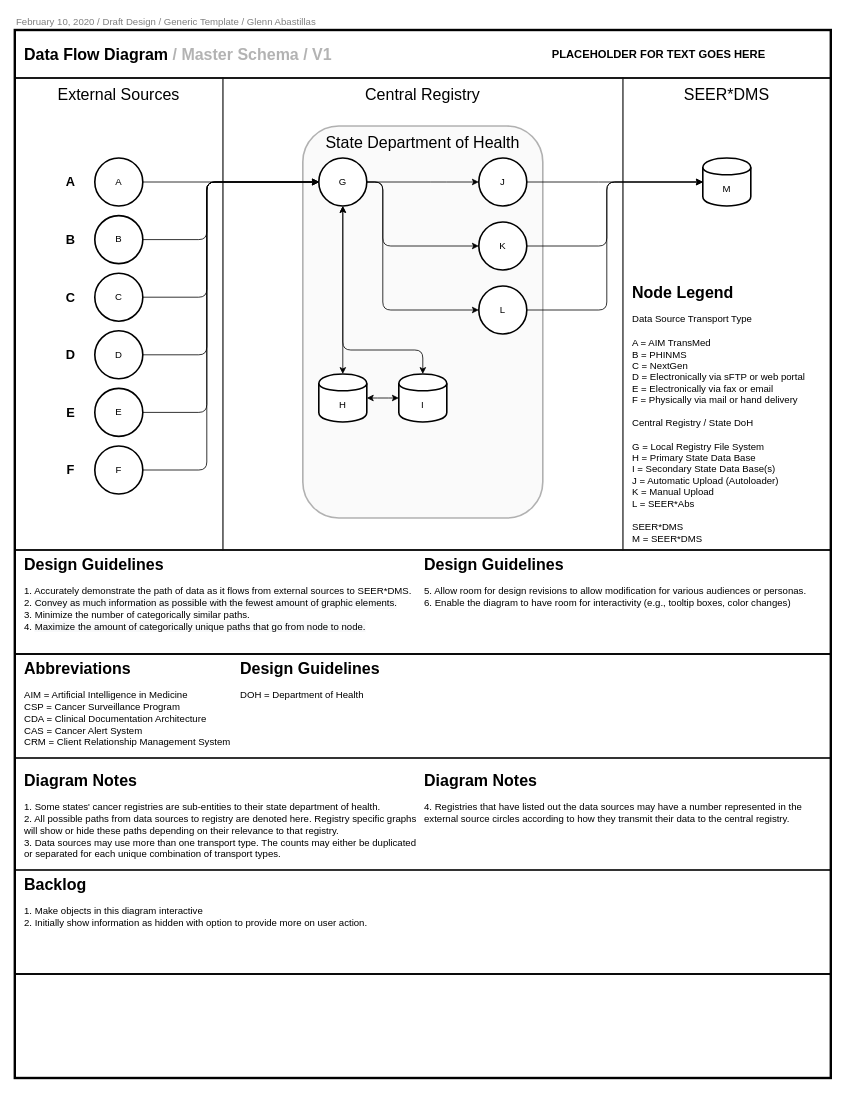
Earlier version of the draw.io diagram page "master_schema" (1 of 7) of ws5/svg/master_schema.drawio (gabastil/nci-seer). Source tidied: cells renumbered, new cells numbered last; positions are measured from the earlier drawing's top-left corner, leaving out a move shared by most shapes. Both pictures are drawn from the tidied source at 80%, with x=0, y=0 at pixel (14, 14).
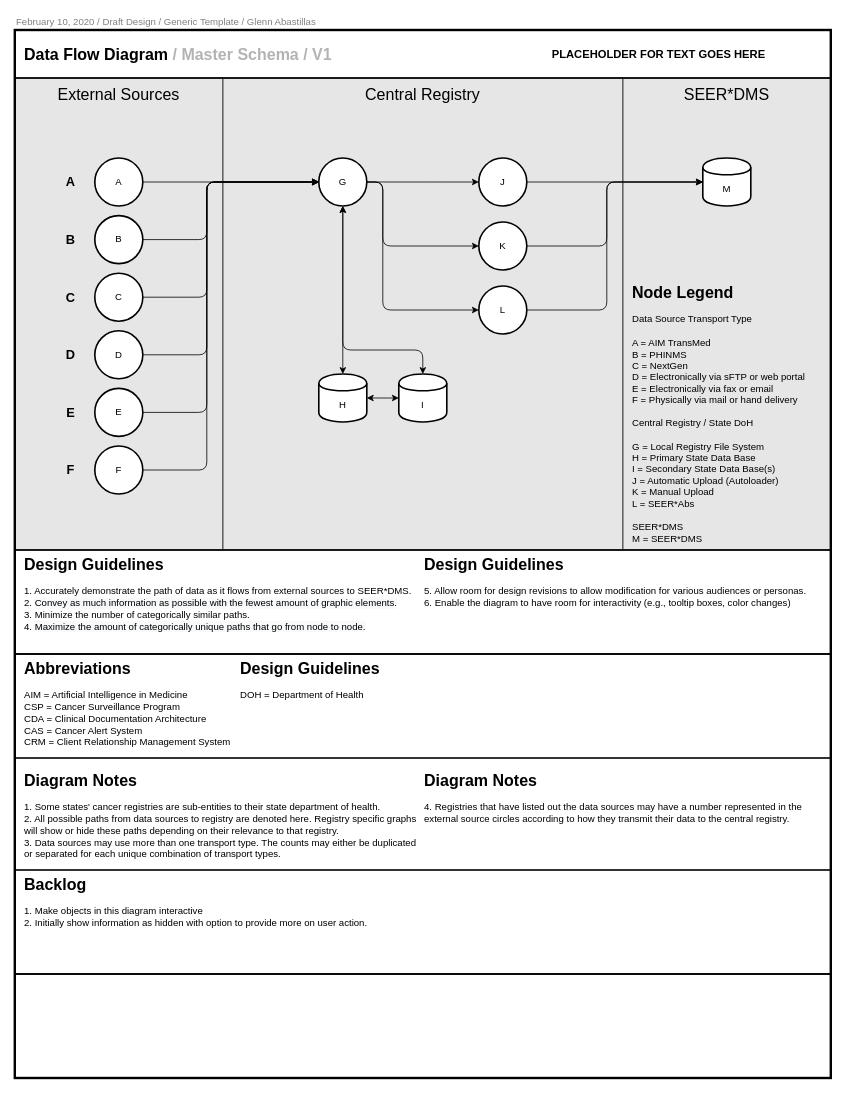
The same diagram, later.

Change to the diagram source:
```diff
@@
-    <mxCell id="2" style="rounded=0;whiteSpace=wrap;html=1;strokeWidth=2;fillColor=none;fontSize=14;align=left;strokeColor=#666666;fontColor=#333333;" parent="1" vertex="1">
+    <mxCell id="2" style="rounded=0;whiteSpace=wrap;html=1;strokeWidth=2;fillColor=#E6E6E6;fontSize=14;align=left;strokeColor=#666666;fontColor=#333333;" parent="1" vertex="1">
       <mxGeometry y="80" width="260" height="590" as="geometry" />
     </mxCell>
-    <mxCell id="3" style="rounded=0;whiteSpace=wrap;html=1;strokeWidth=2;fillColor=none;fontSize=14;align=left;strokeColor=#666666;fontColor=#333333;" parent="1" vertex="1">
+    <mxCell id="3" style="rounded=0;whiteSpace=wrap;html=1;strokeWidth=2;fillColor=#E6E6E6;fontSize=14;align=left;strokeColor=#666666;fontColor=#333333;" parent="1" vertex="1">
       <mxGeometry x="260" y="80" width="500" height="590" as="geometry" />
     </mxCell>
-    <mxCell id="4" style="rounded=0;whiteSpace=wrap;html=1;strokeWidth=2;fillColor=none;fontSize=14;align=left;strokeColor=#666666;fontColor=#333333;" parent="1" vertex="1">
+    <mxCell id="4" style="rounded=0;whiteSpace=wrap;html=1;strokeWidth=2;fillColor=#E6E6E6;fontSize=14;align=left;strokeColor=#666666;fontColor=#333333;" parent="1" vertex="1">
       <mxGeometry x="760" y="80" width="260" height="590" as="geometry" />
     </mxCell>
-    <mxCell id="5" style="rounded=1;whiteSpace=wrap;html=1;strokeWidth=2;fillColor=#f5f5f5;fontSize=14;align=left;strokeColor=#666666;fontColor=#333333;opacity=50;" parent="1" vertex="1">
-      <mxGeometry x="360" y="140" width="300" height="490" as="geometry" />
-    </mxCell>
@@
-    <mxCell id="22" value="State Department of Health" style="rounded=0;whiteSpace=wrap;html=1;strokeWidth=4;fillColor=none;align=center;fontSize=20;fontStyle=0;strokeColor=none;" parent="6" vertex="1">
-      <mxGeometry x="260" y="140" width="500" height="40" as="geometry" />
-    </mxCell>
```
